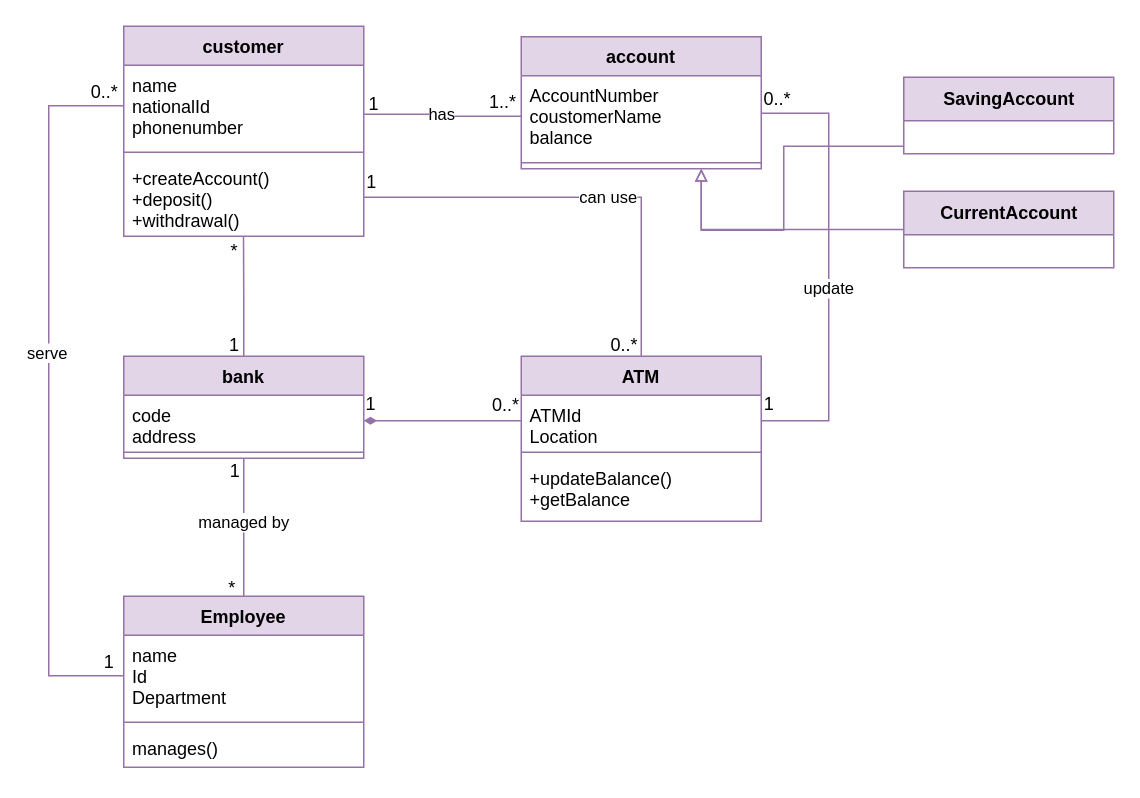
aljawharahsaad/uml-diagrams keeps this draw.io diagram as bankSystem.drawio. Above is the earlier version. Source tidied: cells renumbered, new cells numbered last; positions are measured from the earlier drawing's top-left corner, leaving out a move shared by most shapes. Both pictures are drawn from the tidied source at 150%, with x=0, y=0 at pixel (48, 26).
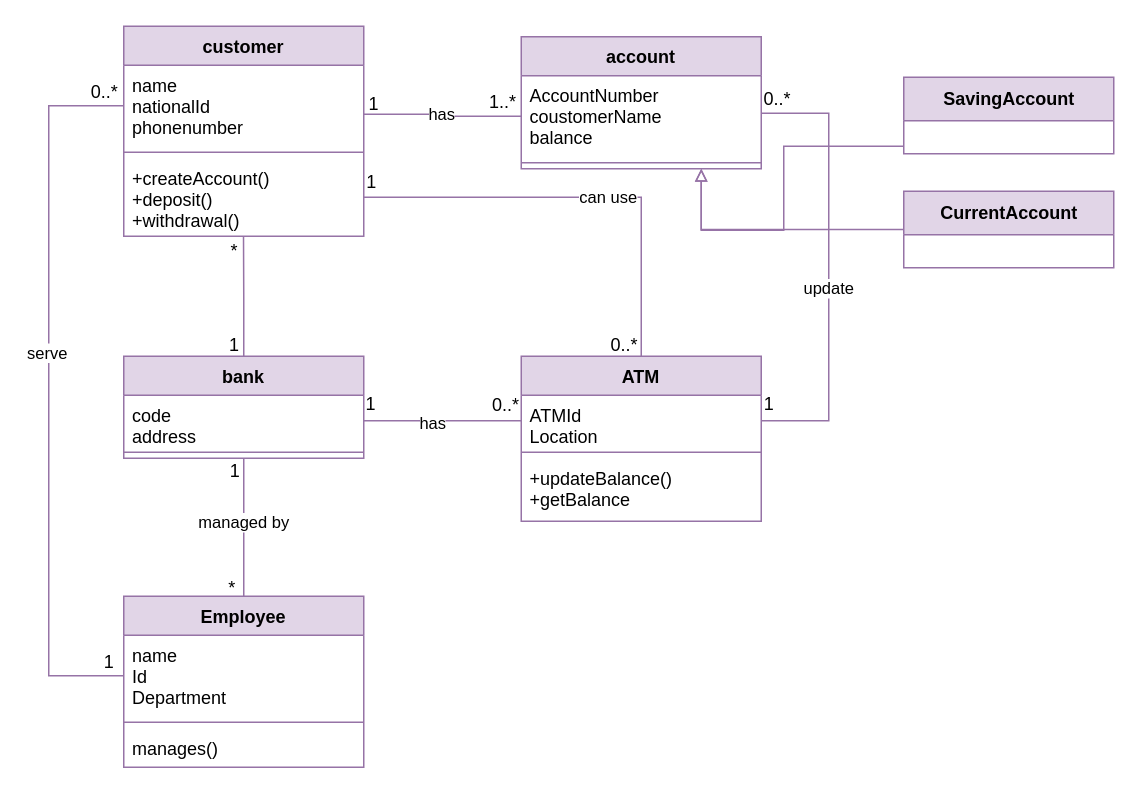
Above is the later version.

The change refers to these unchanged cells:
```xml
<mxCell id="17" value="code&#10;address" style="text;strokeColor=none;fillColor=none;align=left;verticalAlign=top;spacingLeft=4;spacingRight=4;overflow=hidden;points=[[0,0.5],[1,0.5]];portConstraint=eastwest;" parent="16" vertex="1">
  <mxGeometry y="26" width="160" height="34" as="geometry" />
</mxCell>
<mxCell id="22" value="ATMId &#10;Location&#10;" style="text;strokeColor=none;fillColor=none;align=left;verticalAlign=top;spacingLeft=4;spacingRight=4;overflow=hidden;points=[[0,0.5],[1,0.5]];portConstraint=eastwest;" parent="21" vertex="1">
  <mxGeometry y="26" width="160" height="34" as="geometry" />
</mxCell>
```

Change to the diagram source:
```diff
@@
-    <mxCell id="25" style="edgeStyle=orthogonalEdgeStyle;rounded=0;jettySize=auto;html=1;entryX=1;entryY=0.5;entryDx=0;entryDy=0;endArrow=diamondThin;endFill=1;startArrow=none;startFill=0;fillColor=#e1d5e7;strokeColor=#9673a6;" parent="1" edge="1" source="22" target="17">
+    <mxCell id="25" style="edgeStyle=orthogonalEdgeStyle;rounded=0;jettySize=auto;html=1;entryX=1;entryY=0.5;entryDx=0;entryDy=0;endArrow=none;endFill=0;startArrow=none;startFill=0;fillColor=#e1d5e7;strokeColor=#9673a6;" parent="1" edge="1" source="22" target="17">
       <mxGeometry relative="1" as="geometry" />
     </mxCell>
+    <mxCell id="50" value="has" style="edgeLabel;html=1;align=center;verticalAlign=middle;" parent="25" vertex="1">
+      <mxGeometry x="0.14" y="1" relative="1" as="geometry" />
+    </mxCell>
```
